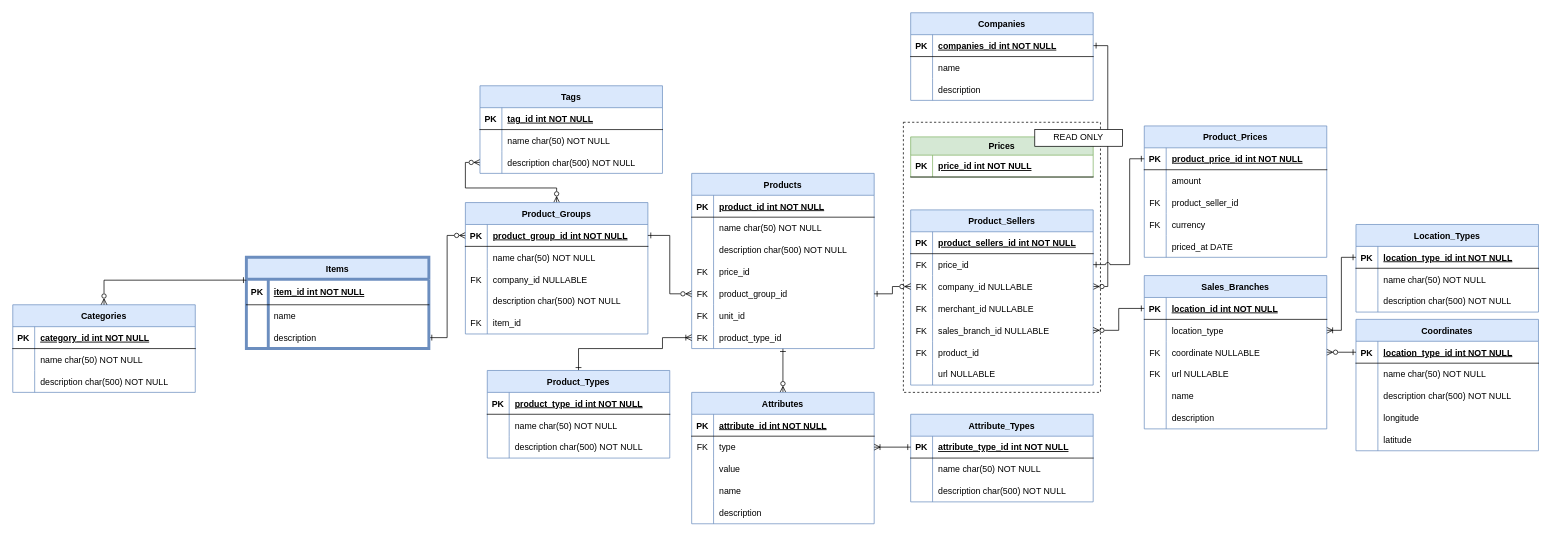
Earlier version of the draw.io diagram docs/ERD.drawio (Karl-maker/csec-learning-platform). Source tidied: cells renumbered, new cells numbered last; positions are measured from the earlier drawing's top-left corner, leaving out a move shared by most shapes. Both pictures are drawn from the tidied source at 73%, with x=0, y=0 at pixel (12, 12).
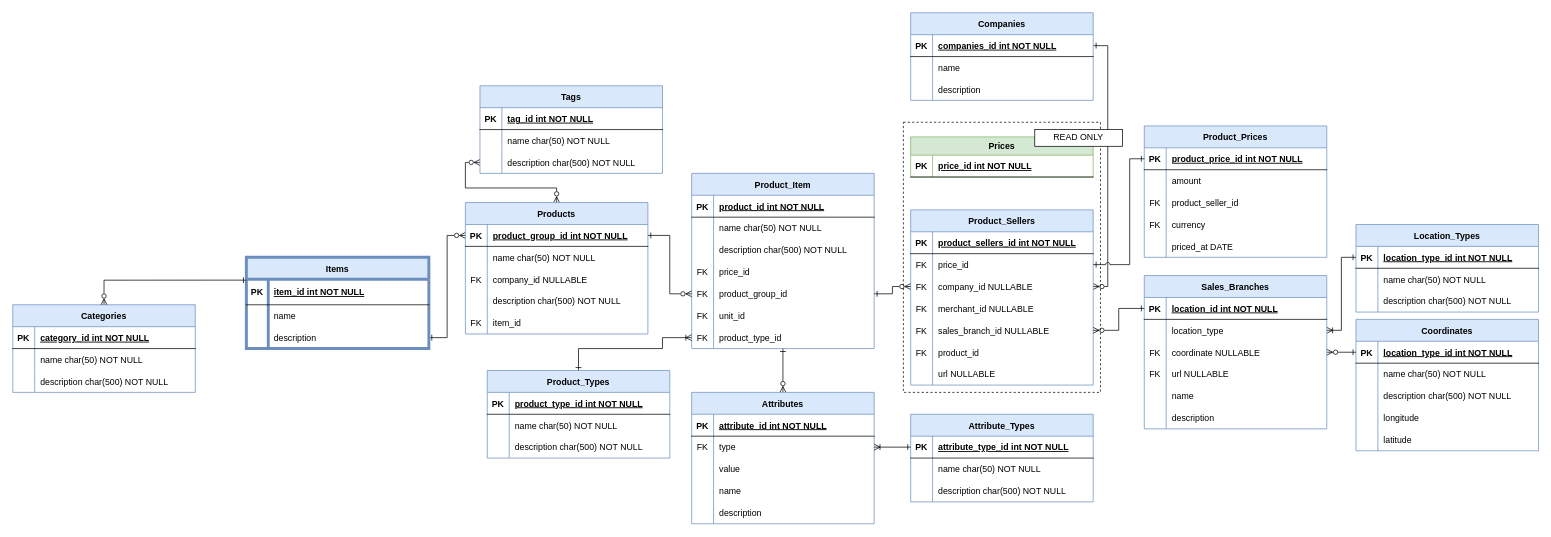
Above is the later version.

What changed in the source:
```diff
@@
-    <mxCell id="6" value="Products" style="shape=table;startSize=30;childLayout=tableLayout;rowLines=0;fontStyle=1;align=center;rounded=0;fillColor=#dae8fc;strokeColor=#6c8ebf;" parent="1" vertex="1">
+    <mxCell id="6" value="Product_Item" style="shape=table;startSize=30;childLayout=tableLayout;rowLines=0;fontStyle=1;align=center;rounded=0;fillColor=#dae8fc;strokeColor=#6c8ebf;" parent="1" vertex="1">
       <mxGeometry x="930" y="220" width="250" height="240" as="geometry" />
     </mxCell>
@@
-    <mxCell id="77" value="Product_Groups" style="shape=table;startSize=30;childLayout=tableLayout;rowLines=0;fontStyle=1;align=center;fillColor=#dae8fc;strokeColor=#6c8ebf;" parent="1" vertex="1">
+    <mxCell id="77" value="Products" style="shape=table;startSize=30;childLayout=tableLayout;rowLines=0;fontStyle=1;align=center;fillColor=#dae8fc;strokeColor=#6c8ebf;" parent="1" vertex="1">
       <mxGeometry x="620" y="260" width="250" height="180" as="geometry" />
     </mxCell>
```
